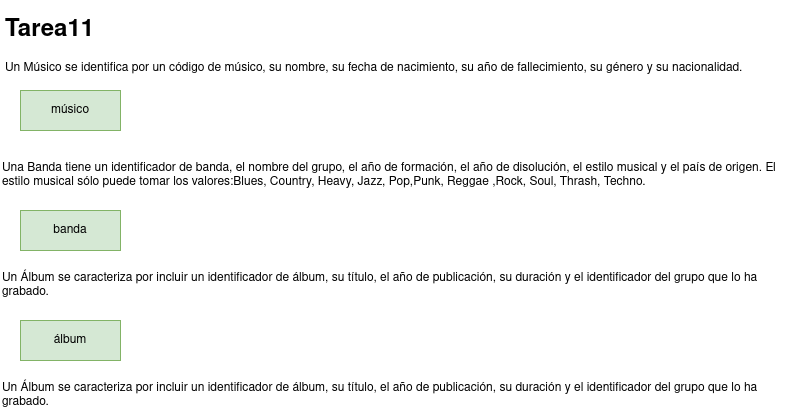
The draw.io diagram tareasER/tarea11.png in javigh193/bae, before a commit. Source tidied: cells renumbered, new cells last; positions are measured from the earlier drawing's top-left corner, leaving out a move shared by most shapes.
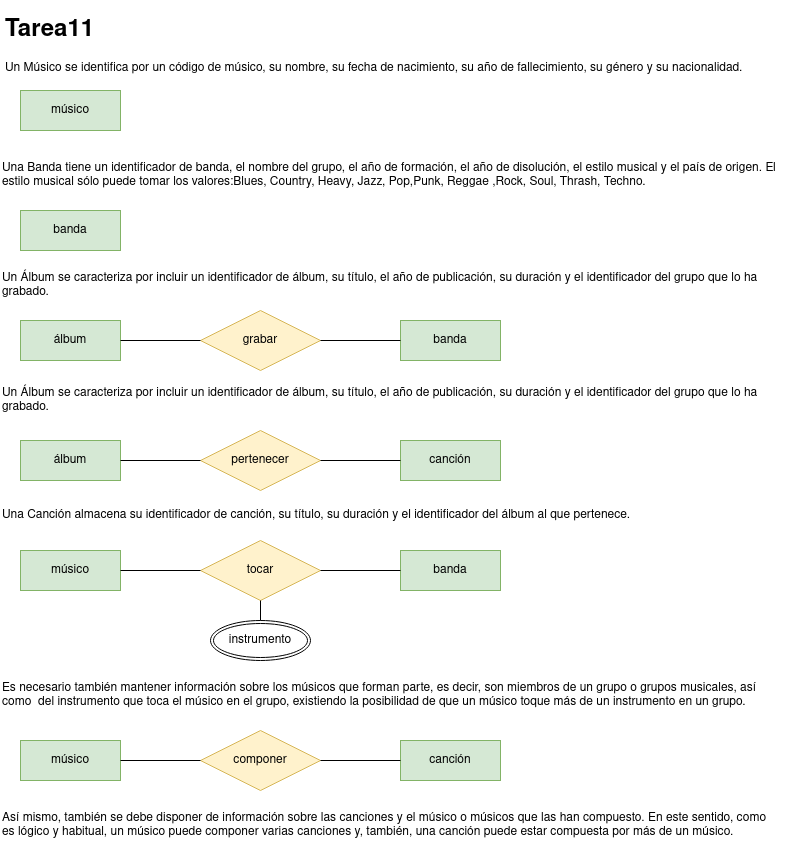
Later version of the same file.

What changed in the source:
```diff
@@ -21,7 +21,79 @@
       <mxGeometry x="20" y="310" width="100" height="40" as="geometry" />
     </mxCell>
     <mxCell id="8" value="Un Álbum se caracteriza por incluir un identificador de álbum, su título, el año de publicación, su duración y el identificador del grupo que lo ha grabado." style="text;html=1;strokeColor=none;fillColor=none;align=left;verticalAlign=middle;whiteSpace=wrap;rounded=0;" parent="1" vertex="1">
-      <mxGeometry y="370" width="780" height="30" as="geometry" />
+      <mxGeometry y="375" width="780" height="30" as="geometry" />
     </mxCell>
+    <mxCell id="9" value="Una Canción almacena su identificador de canción, su título, su duración y el identificador del álbum al que pertenece." style="text;html=1;strokeColor=none;fillColor=none;align=left;verticalAlign=middle;whiteSpace=wrap;rounded=0;" parent="1" vertex="1">
+      <mxGeometry y="490" width="780" height="30" as="geometry" />
+    </mxCell>
+    <mxCell id="10" value="Es necesario también mantener información sobre los músicos que forman parte, es decir, son miembros de un grupo o grupos musicales, así como&amp;nbsp; del instrumento que toca el músico en el grupo, existiendo la posibilidad de que un músico toque más de un instrumento en un grupo." style="text;html=1;strokeColor=none;fillColor=none;align=left;verticalAlign=middle;whiteSpace=wrap;rounded=0;" parent="1" vertex="1">
+      <mxGeometry y="660" width="780" height="50" as="geometry" />
+    </mxCell>
+    <mxCell id="11" value="canción" style="whiteSpace=wrap;html=1;align=center;fillColor=#d5e8d4;strokeColor=#82b366;" parent="1" vertex="1">
+      <mxGeometry x="400" y="430" width="100" height="40" as="geometry" />
+    </mxCell>
+    <mxCell id="12" value="grabar" style="shape=rhombus;perimeter=rhombusPerimeter;whiteSpace=wrap;html=1;align=center;fillColor=#fff2cc;strokeColor=#d6b656;" parent="1" vertex="1">
+      <mxGeometry x="200" y="300" width="120" height="60" as="geometry" />
+    </mxCell>
+    <mxCell id="13" value="banda" style="whiteSpace=wrap;html=1;align=center;fillColor=#d5e8d4;strokeColor=#82b366;" parent="1" vertex="1">
+      <mxGeometry x="400" y="310" width="100" height="40" as="geometry" />
+    </mxCell>
+    <mxCell id="14" style="endArrow=none;html=1;rounded=0;exitX=1;exitY=0.5;exitDx=0;exitDy=0;entryX=0;entryY=0.5;entryDx=0;entryDy=0;" parent="1" edge="1" source="12" target="13">
+      <mxGeometry relative="1" as="geometry" />
+    </mxCell>
+    <mxCell id="15" style="endArrow=none;html=1;rounded=0;exitX=0;exitY=0.5;exitDx=0;exitDy=0;entryX=1;entryY=0.5;entryDx=0;entryDy=0;" parent="1" edge="1" source="12" target="7">
+      <mxGeometry relative="1" as="geometry" />
+    </mxCell>
+    <mxCell id="16" value="álbum" style="whiteSpace=wrap;html=1;align=center;fillColor=#d5e8d4;strokeColor=#82b366;" parent="1" vertex="1">
+      <mxGeometry x="20" y="430" width="100" height="40" as="geometry" />
+    </mxCell>
+    <mxCell id="17" value="pertenecer" style="shape=rhombus;perimeter=rhombusPerimeter;whiteSpace=wrap;html=1;align=center;fillColor=#fff2cc;strokeColor=#d6b656;" parent="1" vertex="1">
+      <mxGeometry x="200" y="420" width="120" height="60" as="geometry" />
+    </mxCell>
+    <mxCell id="18" style="endArrow=none;html=1;rounded=0;exitX=1;exitY=0.5;exitDx=0;exitDy=0;entryX=0;entryY=0.5;entryDx=0;entryDy=0;" parent="1" edge="1" source="17" target="11">
+      <mxGeometry relative="1" as="geometry" />
+    </mxCell>
+    <mxCell id="19" style="endArrow=none;html=1;rounded=0;exitX=0;exitY=0.5;exitDx=0;exitDy=0;entryX=1;entryY=0.5;entryDx=0;entryDy=0;" parent="1" edge="1" source="17" target="16">
+      <mxGeometry relative="1" as="geometry" />
+    </mxCell>
+    <mxCell id="20" value="músico" style="whiteSpace=wrap;html=1;align=center;fillColor=#d5e8d4;strokeColor=#82b366;" parent="1" vertex="1">
+      <mxGeometry x="20" y="540" width="100" height="40" as="geometry" />
+    </mxCell>
+    <mxCell id="21" value="banda" style="whiteSpace=wrap;html=1;align=center;fillColor=#d5e8d4;strokeColor=#82b366;" parent="1" vertex="1">
+      <mxGeometry x="400" y="540" width="100" height="40" as="geometry" />
+    </mxCell>
+    <mxCell id="22" value="tocar" style="shape=rhombus;perimeter=rhombusPerimeter;whiteSpace=wrap;html=1;align=center;fillColor=#fff2cc;strokeColor=#d6b656;" parent="1" vertex="1">
+      <mxGeometry x="200" y="530" width="120" height="60" as="geometry" />
+    </mxCell>
+    <mxCell id="23" style="endArrow=none;html=1;rounded=0;exitX=1;exitY=0.5;exitDx=0;exitDy=0;entryX=0;entryY=0.5;entryDx=0;entryDy=0;" parent="1" edge="1" source="22" target="21">
+      <mxGeometry relative="1" as="geometry" />
+    </mxCell>
+    <mxCell id="24" style="endArrow=none;html=1;rounded=0;exitX=0;exitY=0.5;exitDx=0;exitDy=0;entryX=1;entryY=0.5;entryDx=0;entryDy=0;" parent="1" edge="1" source="22" target="20">
+      <mxGeometry relative="1" as="geometry" />
+    </mxCell>
+    <mxCell id="25" value="instrumento" style="ellipse;shape=doubleEllipse;margin=3;whiteSpace=wrap;html=1;align=center;" parent="1" vertex="1">
+      <mxGeometry x="210" y="610" width="100" height="40" as="geometry" />
+    </mxCell>
+    <mxCell id="26" style="endArrow=none;html=1;rounded=0;exitX=0.5;exitY=1;exitDx=0;exitDy=0;entryX=0.5;entryY=0;entryDx=0;entryDy=0;" parent="1" edge="1" source="22" target="25">
+      <mxGeometry relative="1" as="geometry" />
+    </mxCell>
+    <mxCell id="27" value="Así mismo, también se debe disponer de información sobre las canciones y el músico o músicos que las han compuesto. En este sentido, como es lógico y habitual, un músico puede componer varias canciones y, también, una canción puede estar compuesta por más de un músico." style="text;html=1;strokeColor=none;fillColor=none;align=left;verticalAlign=middle;whiteSpace=wrap;rounded=0;" parent="1" vertex="1">
+      <mxGeometry y="790" width="780" height="50" as="geometry" />
+    </mxCell>
+    <mxCell id="28" value="músico" style="whiteSpace=wrap;html=1;align=center;fillColor=#d5e8d4;strokeColor=#82b366;" parent="1" vertex="1">
+      <mxGeometry x="20" y="730" width="100" height="40" as="geometry" />
+    </mxCell>
+    <mxCell id="29" value="componer" style="shape=rhombus;perimeter=rhombusPerimeter;whiteSpace=wrap;html=1;align=center;fillColor=#fff2cc;strokeColor=#d6b656;" parent="1" vertex="1">
+      <mxGeometry x="200" y="720" width="120" height="60" as="geometry" />
+    </mxCell>
+    <mxCell id="30" value="canción" style="whiteSpace=wrap;html=1;align=center;fillColor=#d5e8d4;strokeColor=#82b366;" parent="1" vertex="1">
+      <mxGeometry x="400" y="730" width="100" height="40" as="geometry" />
+    </mxCell>
+    <mxCell id="31" style="endArrow=none;html=1;rounded=0;exitX=1;exitY=0.5;exitDx=0;exitDy=0;entryX=0;entryY=0.5;entryDx=0;entryDy=0;" parent="1" edge="1" source="29" target="30">
+      <mxGeometry relative="1" as="geometry" />
+    </mxCell>
+    <mxCell id="32" style="endArrow=none;html=1;rounded=0;exitX=0;exitY=0.5;exitDx=0;exitDy=0;entryX=1;entryY=0.5;entryDx=0;entryDy=0;" parent="1" edge="1" source="29" target="28">
+      <mxGeometry relative="1" as="geometry" />
+    </mxCell>
   </root>
 </mxGraphModel>
```
